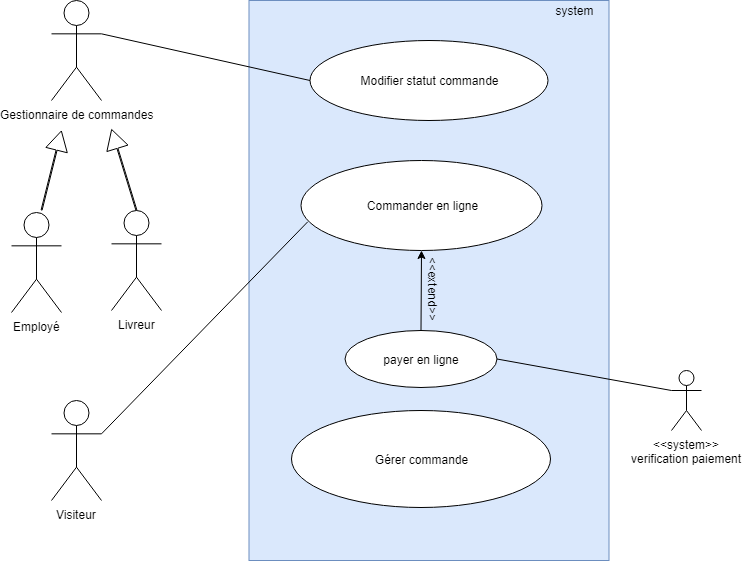
This is uml/commande.png from Mcflan-7/P04_oc-pizza, a draw.io export, as it was before one commit. Source tidied: cells renumbered, new cells last; positions are measured from the earlier drawing's top-left corner, leaving out a move shared by most shapes.
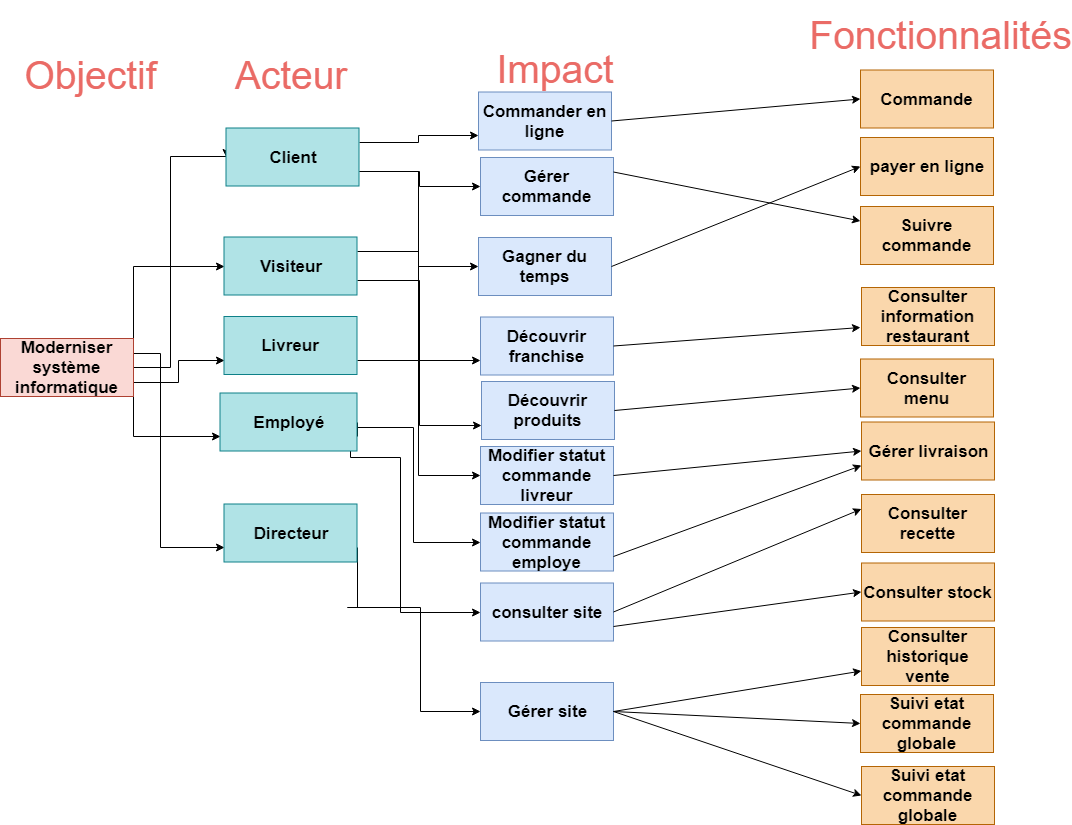
Above is the later version.

What changed in the source:
```diff
@@ -30,7 +30,7 @@
       <mxGeometry relative="1" as="geometry" />
     </mxCell>
     <mxCell id="11" value="payer en ligne" style="ellipse;whiteSpace=wrap;html=1;" parent="1" vertex="1">
-      <mxGeometry x="333.5" y="330" width="152" height="57" as="geometry" />
+      <mxGeometry x="409.5" y="320" width="152" height="57" as="geometry" />
     </mxCell>
     <mxCell id="12" style="endArrow=none;html=1;strokeColor=#000000;strokeWidth=1;exitX=1;exitY=0.3333333333333333;exitDx=0;exitDy=0;exitPerimeter=0;entryX=0.028;entryY=0.681;entryDx=0;entryDy=0;entryPerimeter=0;" parent="1" edge="1" source="8" target="9">
       <mxGeometry relative="1" as="geometry" />
@@ -44,8 +44,8 @@
     <mxCell id="15" style="endArrow=none;html=1;strokeColor=#000000;strokeWidth=1;entryX=0;entryY=0.3333333333333333;entryDx=0;entryDy=0;entryPerimeter=0;exitX=1;exitY=0.5;exitDx=0;exitDy=0;" parent="1" edge="1" source="11" target="14">
       <mxGeometry relative="1" as="geometry" />
     </mxCell>
-    <mxCell id="16" value="&amp;lt;&amp;lt;extend&amp;gt;&amp;gt;" style="text;html=1;strokeColor=none;fillColor=none;align=center;verticalAlign=middle;whiteSpace=wrap;rounded=0;rotation=90;" parent="1" vertex="1">
-      <mxGeometry x="402" y="277.5" width="40" height="20" as="geometry" />
+    <mxCell id="16" value="EXT 3&amp;nbsp; &amp;lt;&amp;lt;extend&amp;gt;&amp;gt;" style="text;html=1;strokeColor=none;fillColor=none;align=center;verticalAlign=middle;whiteSpace=wrap;rounded=0;rotation=0;" parent="1" vertex="1">
+      <mxGeometry x="426.5" y="234" width="104" height="108" as="geometry" />
     </mxCell>
     <mxCell id="17" value="Employé" style="shape=umlActor;verticalLabelPosition=bottom;labelBackgroundColor=#ffffff;verticalAlign=top;html=1;" parent="1" vertex="1">
       <mxGeometry y="212" width="50" height="100" as="geometry" />
@@ -61,5 +61,17 @@
         <mxPoint x="50" y="130" as="targetPoint" />
       </mxGeometry>
     </mxCell>
+    <mxCell id="20" style="endArrow=none;html=1;strokeColor=#000000;strokeWidth=1;exitX=1;exitY=0.3333333333333333;exitDx=0;exitDy=0;exitPerimeter=0;" parent="1" edge="1" source="8" target="5">
+      <mxGeometry relative="1" as="geometry" />
+    </mxCell>
+    <mxCell id="21" value="Consulter menu" style="ellipse;whiteSpace=wrap;html=1;" parent="1" vertex="1">
+      <mxGeometry x="257.5" y="310" width="152" height="57" as="geometry" />
+    </mxCell>
+    <mxCell id="22" style="endArrow=classic;html=1;strokeColor=#000000;strokeWidth=1;entryX=0.5;entryY=0;entryDx=0;entryDy=0;endFill=1;" parent="1" edge="1" source="9" target="21">
+      <mxGeometry relative="1" as="geometry" />
+    </mxCell>
+    <mxCell id="23" value="&amp;nbsp;&amp;lt;&amp;lt;include&amp;gt;&amp;gt;" style="text;html=1;strokeColor=none;fillColor=none;align=center;verticalAlign=middle;whiteSpace=wrap;rounded=0;rotation=0;" parent="1" vertex="1">
+      <mxGeometry x="270" y="226" width="104" height="108" as="geometry" />
+    </mxCell>
   </root>
 </mxGraphModel>
```
